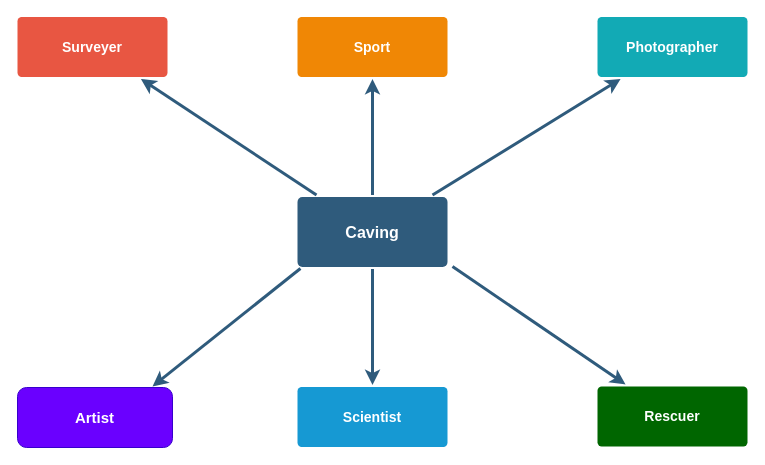
Above: CavingBranches.drawio in socalgrotto/diagrams (draw.io), before the change. Source tidied: cells renumbered, new cells numbered last; positions are measured from the earlier drawing's top-left corner, leaving out a move shared by most shapes. Both pictures are drawn from the tidied source at 100%, with x=0, y=0 at pixel (17, 16).
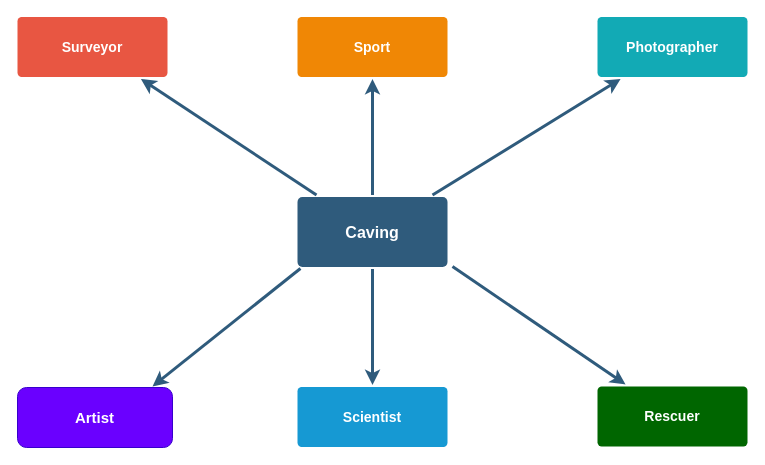
The same page after the edit.

Change to the diagram source:
```diff
@@
 <mxGraphModel background="#ffffff">
   <root>
     <mxCell id="0" />
     <mxCell id="1" parent="0" />
     <mxCell id="2" style="edgeStyle=none;rounded=0;jumpStyle=none;html=1;shadow=0;labelBackgroundColor=none;startArrow=none;startFill=0;endArrow=classic;endFill=1;jettySize=auto;strokeColor=#2F5B7C;strokeWidth=3;fontFamily=Helvetica;fontSize=16;fontColor=#23445D;spacing=5;" parent="1" edge="1" source="6" target="9">
       <mxGeometry relative="1" as="geometry" />
     </mxCell>
     <mxCell id="3" style="edgeStyle=none;rounded=0;jumpStyle=none;html=1;shadow=0;labelBackgroundColor=none;startArrow=none;startFill=0;endArrow=classic;endFill=1;jettySize=auto;strokeColor=#2F5B7C;strokeWidth=3;fontFamily=Helvetica;fontSize=16;fontColor=#23445D;spacing=5;" parent="1" edge="1" source="6" target="10">
       <mxGeometry relative="1" as="geometry" />
     </mxCell>
     <mxCell id="4" style="edgeStyle=none;rounded=0;jumpStyle=none;html=1;shadow=0;labelBackgroundColor=none;startArrow=none;startFill=0;endArrow=classic;endFill=1;jettySize=auto;strokeColor=#2F5B7C;strokeWidth=3;fontFamily=Helvetica;fontSize=16;fontColor=#23445D;spacing=5;" parent="1" edge="1" source="6" target="8">
       <mxGeometry relative="1" as="geometry" />
     </mxCell>
     <mxCell id="5" style="edgeStyle=none;rounded=0;jumpStyle=none;html=1;shadow=0;labelBackgroundColor=none;startArrow=none;startFill=0;endArrow=classic;endFill=1;jettySize=auto;strokeColor=#2F5B7C;strokeWidth=3;fontFamily=Helvetica;fontSize=16;fontColor=#23445D;spacing=5;" parent="1" edge="1" source="6" target="7">
       <mxGeometry relative="1" as="geometry" />
     </mxCell>
     <mxCell id="6" value="Caving" style="rounded=1;whiteSpace=wrap;html=1;shadow=0;labelBackgroundColor=none;strokeColor=none;strokeWidth=3;fillColor=#2F5B7C;fontFamily=Helvetica;fontSize=16;fontColor=#FFFFFF;align=center;fontStyle=1;spacing=5;arcSize=7;perimeterSpacing=2;direction=west;" parent="1" vertex="1">
       <mxGeometry x="280" y="180.5" width="150" height="70" as="geometry" />
     </mxCell>
-    <mxCell id="7" value="Surveyer" style="rounded=1;whiteSpace=wrap;html=1;shadow=0;labelBackgroundColor=none;strokeColor=none;strokeWidth=3;fillColor=#e85642;fontFamily=Helvetica;fontSize=14;fontColor=#FFFFFF;align=center;spacing=5;fontStyle=1;arcSize=7;perimeterSpacing=2;" parent="1" vertex="1">
+    <mxCell id="7" value="&lt;div&gt;Surveyor&lt;/div&gt;" style="rounded=1;whiteSpace=wrap;html=1;shadow=0;labelBackgroundColor=none;strokeColor=none;strokeWidth=3;fillColor=#e85642;fontFamily=Helvetica;fontSize=14;fontColor=#FFFFFF;align=center;spacing=5;fontStyle=1;arcSize=7;perimeterSpacing=2;" parent="1" vertex="1">
       <mxGeometry y="0.5" width="150" height="60" as="geometry" />
     </mxCell>
     <mxCell id="8" value="Scientist" style="rounded=1;whiteSpace=wrap;html=1;shadow=0;labelBackgroundColor=none;strokeColor=none;strokeWidth=3;fillColor=#1699d3;fontFamily=Helvetica;fontSize=14;fontColor=#FFFFFF;align=center;spacing=5;fontStyle=1;arcSize=7;perimeterSpacing=2;" parent="1" vertex="1">
       <mxGeometry x="280" y="370.5" width="150" height="60" as="geometry" />
     </mxCell>
     <mxCell id="9" value="Sport" style="rounded=1;whiteSpace=wrap;html=1;shadow=0;labelBackgroundColor=none;strokeColor=none;strokeWidth=3;fillColor=#F08705;fontFamily=Helvetica;fontSize=14;fontColor=#FFFFFF;align=center;spacing=5;fontStyle=1;arcSize=7;perimeterSpacing=2;" parent="1" vertex="1">
       <mxGeometry x="280" y="0.5" width="150" height="60" as="geometry" />
     </mxCell>
     <mxCell id="10" value="Photographer" style="rounded=1;whiteSpace=wrap;html=1;shadow=0;labelBackgroundColor=none;strokeColor=none;strokeWidth=3;fillColor=#12aab5;fontFamily=Helvetica;fontSize=14;fontColor=#FFFFFF;align=center;spacing=5;fontStyle=1;arcSize=7;perimeterSpacing=2;" parent="1" vertex="1">
       <mxGeometry x="580" y="0.5" width="150" height="60" as="geometry" />
     </mxCell>
     <mxCell id="11" value="Rescuer" style="rounded=1;whiteSpace=wrap;html=1;shadow=0;labelBackgroundColor=none;strokeWidth=3;fontFamily=Helvetica;fontSize=14;align=center;spacing=5;fontStyle=1;arcSize=7;perimeterSpacing=2;fillColor=#006600;strokeColor=none;fontColor=#FFFFFF;" parent="1" vertex="1">
       <mxGeometry x="580" y="370" width="150" height="60" as="geometry" />
     </mxCell>
     <mxCell id="12" value="&lt;b&gt;&lt;font style=&quot;font-size: 15px&quot;&gt;Artist&lt;/font&gt;&lt;/b&gt;" style="rounded=1;whiteSpace=wrap;html=1;fillColor=#6a00ff;strokeColor=#3700CC;fontColor=#ffffff;" parent="1" vertex="1">
       <mxGeometry y="371" width="155" height="60" as="geometry" />
     </mxCell>
     <mxCell id="13" style="endArrow=classic;html=1;exitX=0.968;exitY=0.007;exitDx=0;exitDy=0;exitPerimeter=0;strokeWidth=3;strokeColor=#2F5B7C;entryX=0.871;entryY=-0.017;entryDx=0;entryDy=0;entryPerimeter=0;" parent="1" edge="1" source="6" target="12">
       <mxGeometry relative="1" as="geometry" />
     </mxCell>
     <mxCell id="14" style="endArrow=classic;html=1;strokeWidth=3;fillColor=#76608a;strokeColor=#2F5B7C;" parent="1" edge="1" target="11">
       <mxGeometry relative="1" as="geometry">
         <mxPoint x="435" y="250" as="sourcePoint" />
       </mxGeometry>
     </mxCell>
   </root>
 </mxGraphModel>
```
